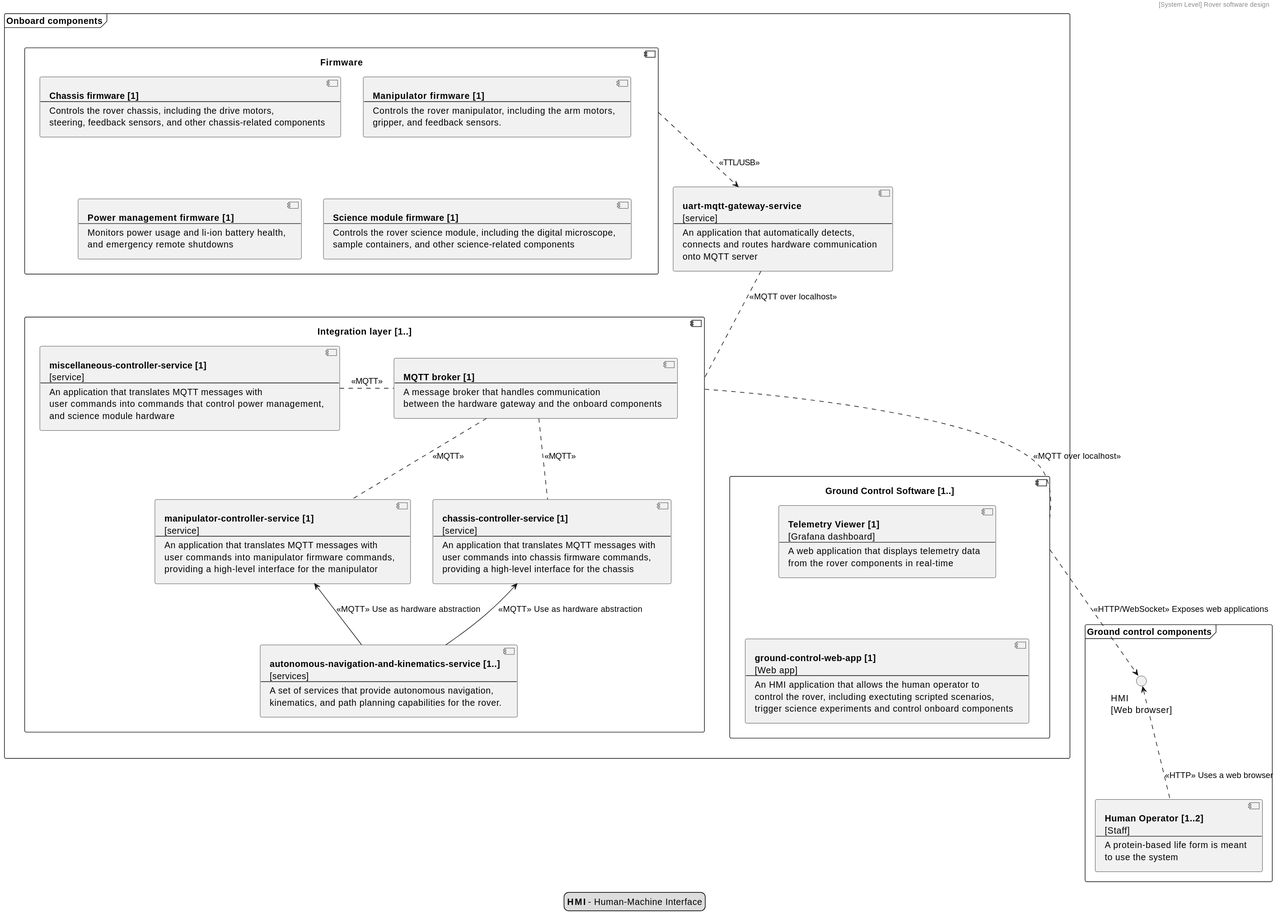
Above: uml/c4model/02_container_level/010_container_rover_software_component_diagram.svg in krkruk/mqtt-robot-framework (PlantUML), before the change.
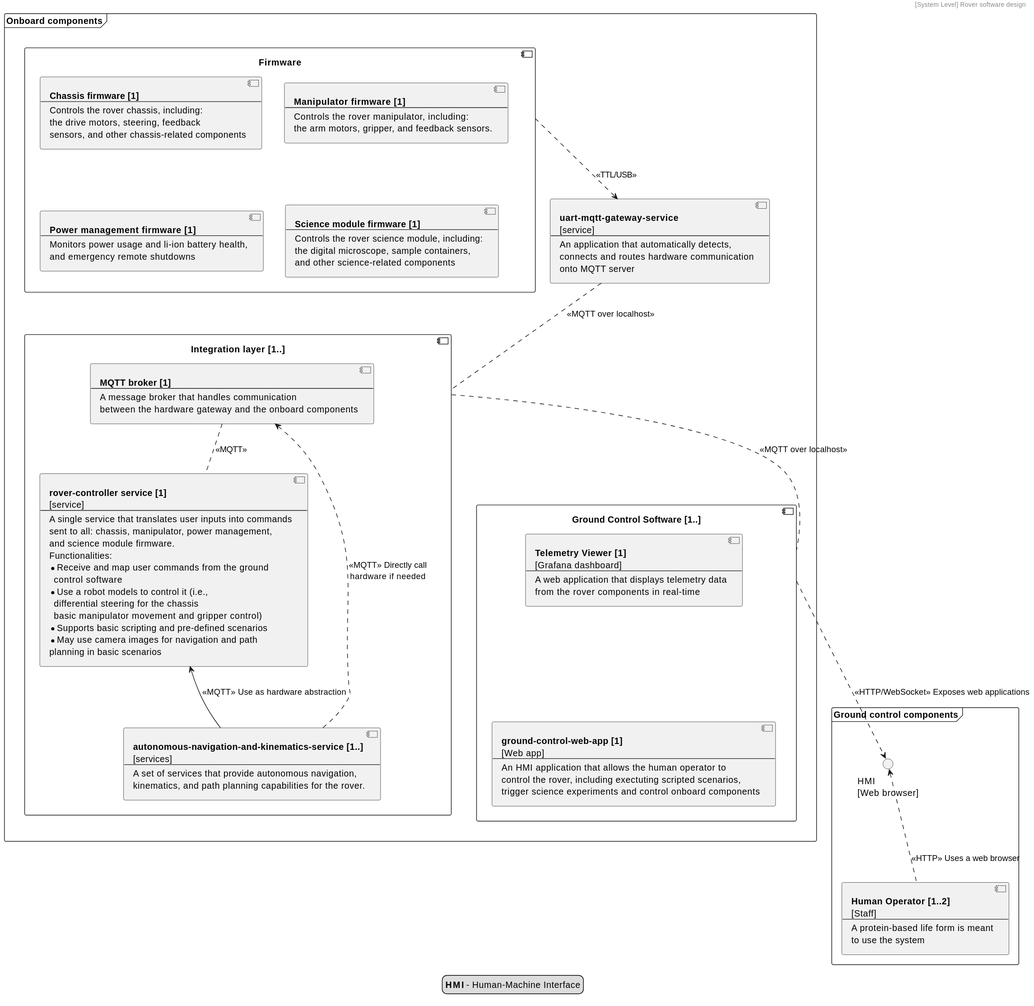
Above is the later version.

Commit message:
Update UML diagrams

The edit, as a diff of the source:
```diff
@@ -6,13 +6,14 @@
 
         component chassis_firmware as "**Chassis firmware [1]**
         ---
-        Controls the rover chassis, including the drive motors,
-        steering, feedback sensors, and other chassis-related components"
+        Controls the rover chassis, including:
+        the drive motors, steering, feedback
+        sensors, and other chassis-related components"
 
         component manipulator_firmware as "**Manipulator firmware [1]**
         ---
-        Controls the rover manipulator, including the arm motors,
-        gripper, and feedback sensors."
+        Controls the rover manipulator, including:
+        the arm motors, gripper, and feedback sensors."
 
         component power_management_firmware as "**Power management firmware [1]**
         ---
@@ -21,8 +22,9 @@
 
         component science_module_firmware as "**Science module firmware [1]**
         ---
-        Controls the rover science module, including the digital microscope,
-        sample containers, and other science-related components"
+        Controls the rover science module, including:
+        the digital microscope, sample containers,
+        and other science-related components"
     }
 
     component hardware_gateway as "**uart-mqtt-gateway-service**
@@ -39,26 +41,21 @@
         A message broker that handles communication
         between the hardware gateway and the onboard components"
 
-        component chassis_integration as "**chassis-controller-service [1]**
+        component chassis_integration as "**rover-controller service [1]**
         [service]
         ---
-        An application that translates MQTT messages with
-        user commands into chassis firmware commands,
-        providing a high-level interface for the chassis"
-
-        component manipulator_integration as "**manipulator-controller-service [1]**
-        [service]
-        ---
-        An application that translates MQTT messages with
-        user commands into manipulator firmware commands,
-        providing a high-level interface for the manipulator"
-
-        component miscellaneous_integration as "**miscellaneous-controller-service [1]**
-        [service]
-        ---
-        An application that translates MQTT messages with
-        user commands into commands that control power management,
-        and science module hardware"
+        A single service that translates user inputs into commands
+        sent to all: chassis, manipulator, power management,
+        and science module firmware.
+        Functionalities:
+        * Receive and map user commands from the ground
+          control software
+        * Use a robot models to control it (i.e.,
+          differential steering for the chassis
+          basic manipulator movement and gripper control)
+        * Supports basic scripting and pre-defined scenarios
+        * May use camera images for navigation and path
+          planning in basic scenarios"
 
         component automation_navigation as "**autonomous-navigation-and-kinematics-service [1..]**
         [services]
@@ -102,10 +99,8 @@
 ground_ctrl_software .down.> hmi: <<HTTP/WebSocket>> Exposes web applications
 
 automation_navigation -up-> chassis_integration: <<MQTT>> Use as hardware abstraction
-automation_navigation -up-> manipulator_integration: <<MQTT>> Use as hardware abstraction
+automation_navigation .up.> mqtt_broker: <<MQTT>> Directly call\nhardware if needed
 chassis_integration .up. mqtt_broker: <<MQTT>>
-manipulator_integration .up. mqtt_broker: <<MQTT>>
-miscellaneous_integration .right. mqtt_broker: <<MQTT>>
 
 telemetry_viewer -[hidden]-> ground_control_app
 
```
